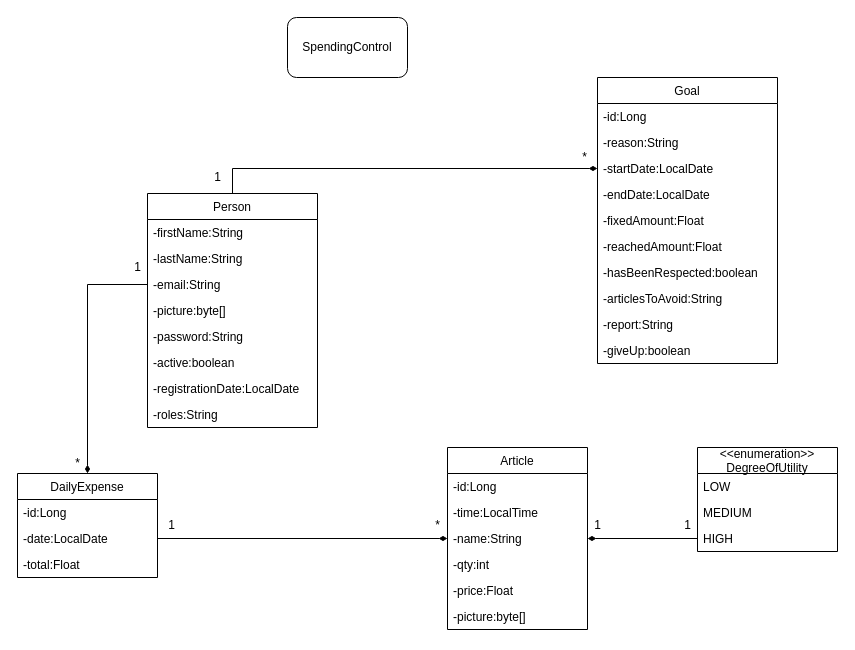
Before: spendingControlUML.drawio in Moussa348/SavingVeilleTec, a draw.io diagram. Source tidied: cells renumbered, new cells numbered last; positions are measured from the earlier drawing's top-left corner, leaving out a move shared by most shapes. Both pictures are drawn from the tidied source at 100%, with x=0, y=0 at pixel (17, 17).
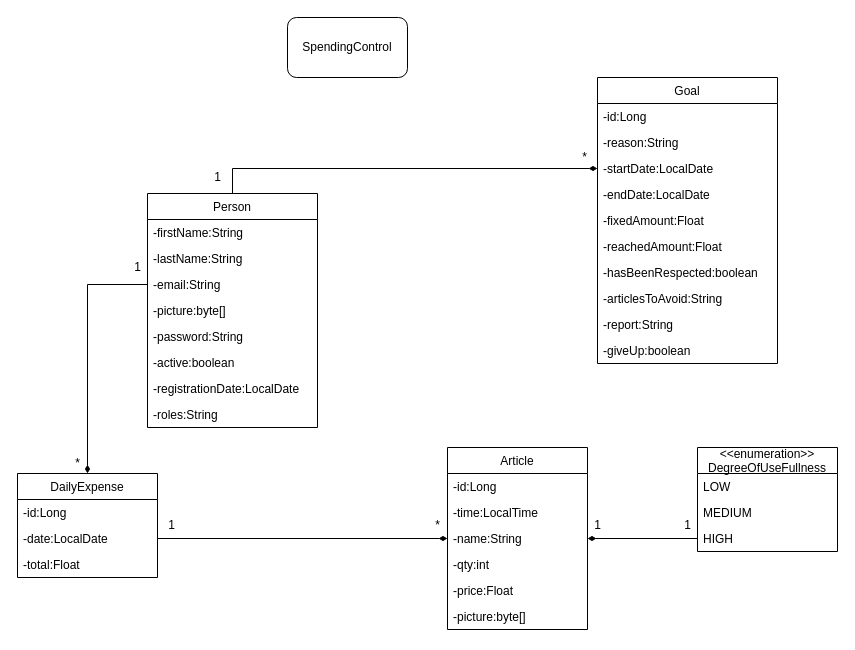
After the change.

The edit, as a diff of the source:
```diff
@@
-    <mxCell id="43" value="&lt;&lt;enumeration&gt;&gt;&#10;DegreeOfUtility" style="swimlane;fontStyle=0;horizontal=1;startSize=26;fillColor=none;" parent="1" vertex="1">
+    <mxCell id="43" value="&lt;&lt;enumeration&gt;&gt;&#10;DegreeOfUseFullness" style="swimlane;fontStyle=0;horizontal=1;startSize=26;fillColor=none;" parent="1" vertex="1">
       <mxGeometry x="680" y="430" width="140" height="104" as="geometry" />
     </mxCell>
```
